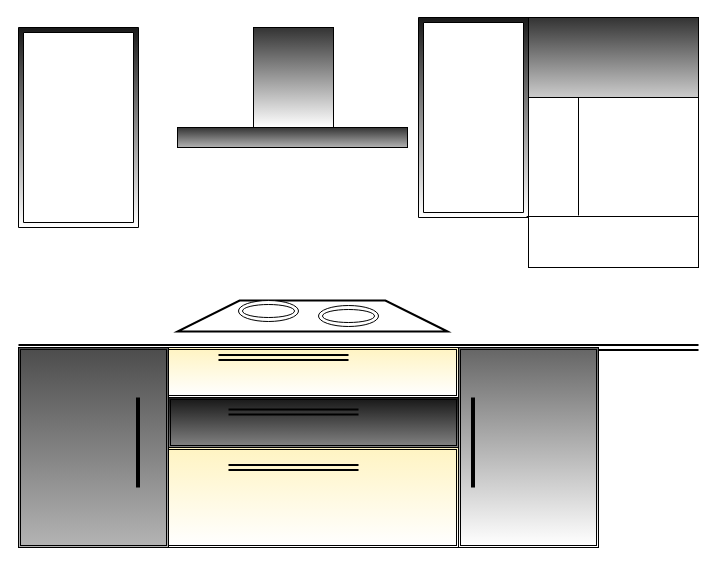
The draw.io diagram Kitchen4.drawio in ritam-mukherjee-it/sonestaa-interor-design, before the edit. Source tidied: cells renumbered, new cells numbered last; positions are measured from the earlier drawing's top-left corner, leaving out a move shared by most shapes. Both pictures are drawn from the tidied source at 100%, with x=0, y=0 at pixel (18, 17).
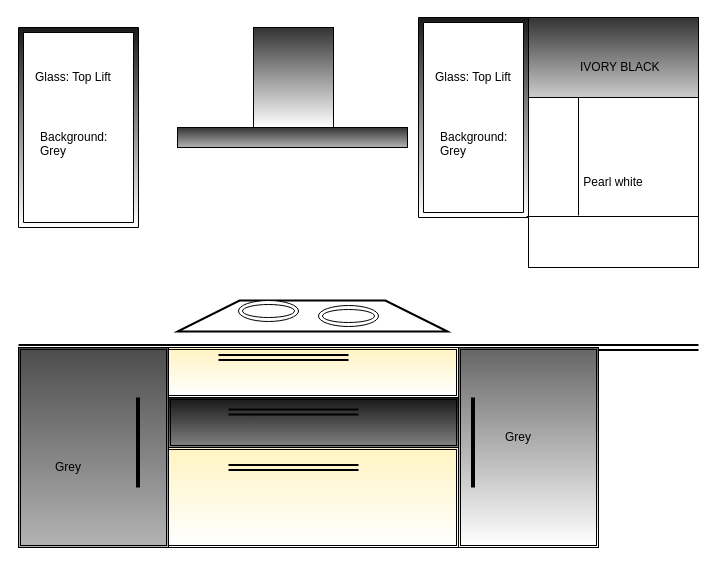
The same diagram, later.

Commit message:
colour Mark

Change to the diagram source:
```diff
@@
-    <mxCell id="21" style="rounded=0;whiteSpace=wrap;html=1;" parent="1" vertex="1">
+    <mxCell id="21" value="Pearl white" style="rounded=0;whiteSpace=wrap;html=1;" parent="1" vertex="1">
       <mxGeometry x="510" y="80" width="170" height="170" as="geometry" />
     </mxCell>
@@
+    <mxCell id="25" value="IVORY BLACK" style="text;html=1;align=left;verticalAlign=top;spacingTop=-4;" parent="1" vertex="1">
+      <mxGeometry x="560" y="40" width="90" height="20" as="geometry" />
+    </mxCell>
+    <mxCell id="26" value="Glass: Top Lift" style="text;html=1;align=left;verticalAlign=top;spacingTop=-4;" parent="1" vertex="1">
+      <mxGeometry x="415" y="50" width="90" height="20" as="geometry" />
+    </mxCell>
+    <mxCell id="27" value="&lt;div&gt;Background:&lt;/div&gt;&lt;div&gt;Grey&lt;br&gt;&lt;/div&gt;" style="text;html=1;align=left;verticalAlign=top;spacingTop=-4;" parent="1" vertex="1">
+      <mxGeometry x="420" y="110" width="80" height="30" as="geometry" />
+    </mxCell>
+    <mxCell id="28" value="Glass: Top Lift" style="text;html=1;align=left;verticalAlign=top;spacingTop=-4;" parent="1" vertex="1">
+      <mxGeometry x="15" y="50" width="90" height="20" as="geometry" />
+    </mxCell>
+    <mxCell id="29" value="&lt;div&gt;Background:&lt;/div&gt;&lt;div&gt;Grey&lt;br&gt;&lt;/div&gt;" style="text;html=1;align=left;verticalAlign=top;spacingTop=-4;" parent="1" vertex="1">
+      <mxGeometry x="20" y="110" width="80" height="30" as="geometry" />
+    </mxCell>
+    <mxCell id="30" value="Grey" style="text;html=1;strokeColor=none;fillColor=none;align=center;verticalAlign=middle;whiteSpace=wrap;rounded=0;" parent="1" vertex="1">
+      <mxGeometry x="480" y="410" width="40" height="20" as="geometry" />
+    </mxCell>
+    <mxCell id="31" value="Grey" style="text;html=1;strokeColor=none;fillColor=none;align=center;verticalAlign=middle;whiteSpace=wrap;rounded=0;" parent="1" vertex="1">
+      <mxGeometry x="30" y="440" width="40" height="20" as="geometry" />
+    </mxCell>
```
